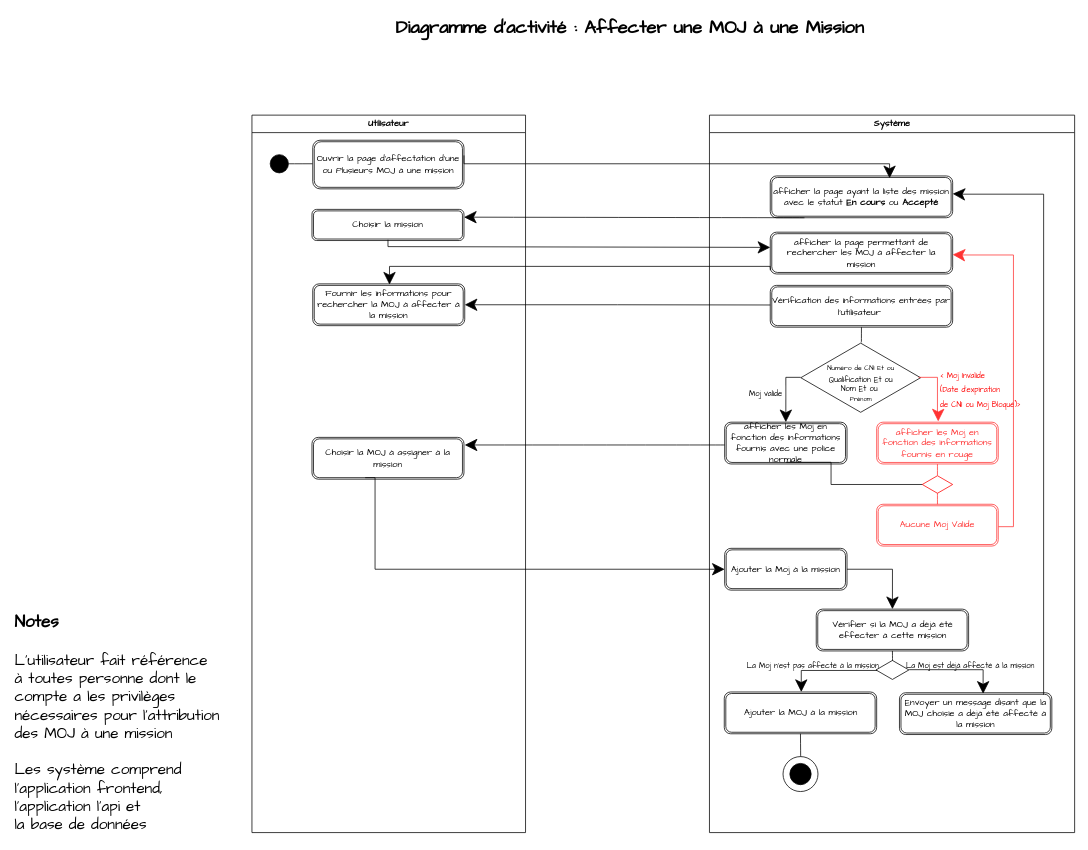
ThuranJunior-AGL/AnalyseGEMOj keeps this draw.io diagram as ActivityDiagramAssignsMojMission.drawio. Above is the earlier version. Source tidied: cells renumbered, new cells numbered last; positions are measured from the earlier drawing's top-left corner, leaving out a move shared by most shapes. Both pictures are drawn from the tidied source at 76%, with x=0, y=0 at pixel (13, 13).
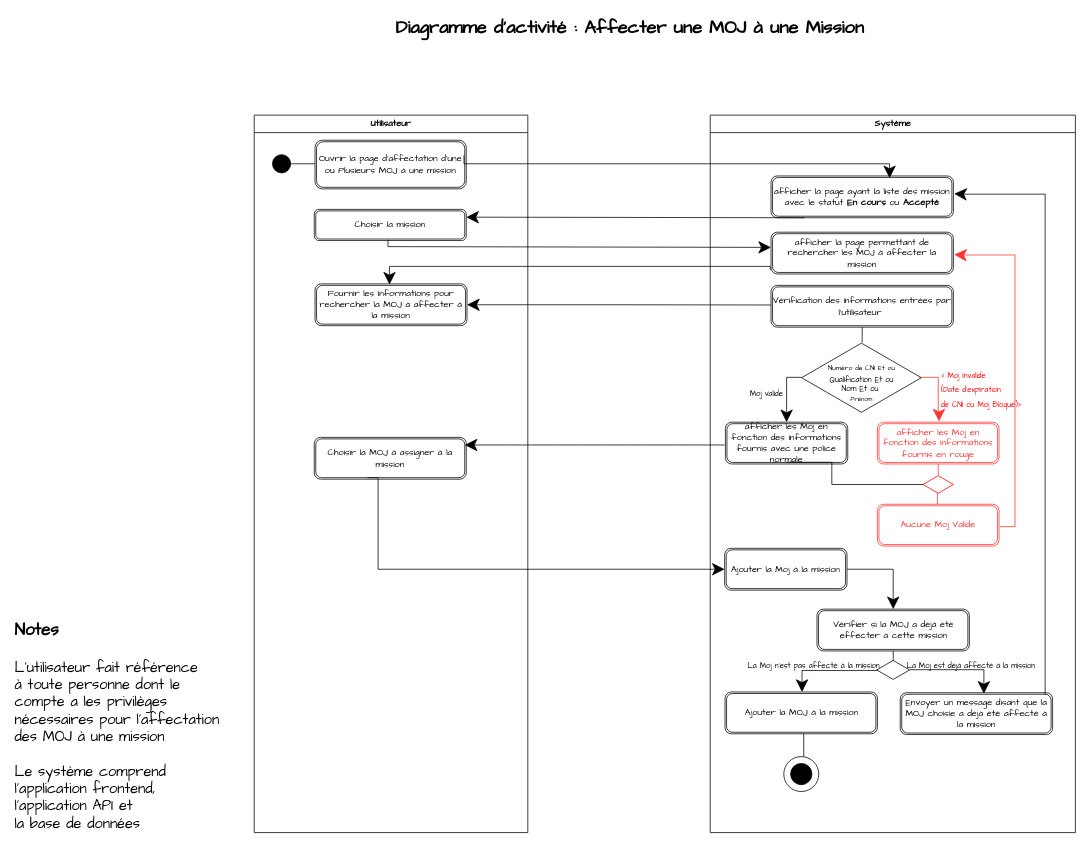
The same diagram, later.

Commit message (it also covers changes not shown here):
Mettre à jour ActivityDiagramAssignsMojMission.drawio

Unchanged cells that the change refers to:
```xml
<mxCell id="8" value="Choisir la MOJ à assigner à la mission" style="shape=ext;double=1;rounded=1;whiteSpace=wrap;html=1;fontFamily=Architects Daughter;" parent="2" vertex="1">
  <mxGeometry x="79" y="424" width="200" height="55" as="geometry" />
</mxCell>
<mxCell id="27" value="Ajouter la MOJ à la mission" style="shape=ext;double=1;rounded=1;whiteSpace=wrap;html=1;fontFamily=Architects Daughter;" parent="9" vertex="1">
  <mxGeometry x="19.5" y="759" width="200.5" height="55" as="geometry" />
</mxCell>
<mxCell id="30" value="Envoyer un message disant que la MOJ choisie a déjà été affecté à la mission" style="shape=ext;double=1;rounded=1;whiteSpace=wrap;html=1;fontFamily=Architects Daughter;" parent="9" vertex="1">
  <mxGeometry x="250" y="760" width="200.5" height="55" as="geometry" />
</mxCell>
<mxCell id="35" style="ellipse;whiteSpace=wrap;html=1;fontFamily=Architects Daughter;fillColor=none;" parent="9" vertex="1">
  <mxGeometry x="96.8" y="844" width="46" height="46" as="geometry" />
</mxCell>
<mxCell id="45" value="Ajouter la Moj à la mission" style="shape=ext;double=1;rounded=1;whiteSpace=wrap;html=1;fontFamily=Architects Daughter;" parent="1" vertex="1">
  <mxGeometry x="936" y="704" width="161" height="55" as="geometry" />
</mxCell>
```

What changed in the source:
```diff
@@
     <mxCell id="2" value="Utilisateur" style="swimlane;whiteSpace=wrap;html=1;fontFamily=Architects Daughter;" parent="1" vertex="1">
-      <mxGeometry x="314" y="134" width="360" height="944" as="geometry" />
+      <mxGeometry x="317" y="134" width="360" height="944" as="geometry" />
     </mxCell>
@@
     <mxCell id="9" value="Système" style="swimlane;whiteSpace=wrap;html=1;fontFamily=Architects Daughter;" parent="1" vertex="1">
-      <mxGeometry x="916" y="134" width="480.5" height="944" as="geometry" />
+      <mxGeometry x="917" y="134" width="480.5" height="944" as="geometry" />
     </mxCell>
@@
     <mxCell id="21" style="endArrow=classic;html=1;rounded=0;fontFamily=Architects Daughter;fontSize=16;startSize=14;endSize=14;sourcePerimeterSpacing=8;targetPerimeterSpacing=8;exitX=1;exitY=0.5;exitDx=0;exitDy=0;entryX=1;entryY=0.5;entryDx=0;entryDy=0;edgeStyle=orthogonalEdgeStyle;strokeColor=#FF3333;" parent="9" edge="1">
       <mxGeometry relative="1" as="geometry">
-        <mxPoint x="380" y="541.5" as="sourcePoint" />
-        <mxPoint x="320" y="183.5" as="targetPoint" />
+        <mxPoint x="381" y="541.5" as="sourcePoint" />
+        <mxPoint x="321" y="183.5" as="targetPoint" />
         <Array as="points">
-          <mxPoint x="400" y="542" />
-          <mxPoint x="400" y="184" />
-          <mxPoint x="330" y="184" />
+          <mxPoint x="401" y="542" />
+          <mxPoint x="401" y="184" />
+          <mxPoint x="331" y="184" />
         </Array>
       </mxGeometry>
     </mxCell>
@@
-    <mxCell id="34" style="endArrow=classic;html=1;rounded=0;fontFamily=Architects Daughter;fontSize=16;startSize=14;endSize=14;sourcePerimeterSpacing=8;targetPerimeterSpacing=8;exitX=0.946;exitY=0.048;exitDx=0;exitDy=0;exitPerimeter=0;edgeStyle=orthogonalEdgeStyle;entryX=1;entryY=0.5;entryDx=0;entryDy=0;endFill=1;" parent="9" edge="1" source="30">
+    <mxCell id="34" style="endArrow=classic;html=1;rounded=0;fontFamily=Architects Daughter;fontSize=16;startSize=14;endSize=14;sourcePerimeterSpacing=8;targetPerimeterSpacing=8;exitX=0.946;exitY=0.048;exitDx=0;exitDy=0;exitPerimeter=0;edgeStyle=orthogonalEdgeStyle;entryX=1;entryY=0.5;entryDx=0;entryDy=0;endFill=1;" parent="9" edge="1">
       <mxGeometry relative="1" as="geometry">
-        <mxPoint x="320" y="103.5" as="targetPoint" />
+        <mxPoint x="440.7" y="762.6" as="sourcePoint" />
+        <mxPoint x="321" y="103.5" as="targetPoint" />
         <Array as="points">
-          <mxPoint x="440" y="104" />
-          <mxPoint x="330" y="104" />
+          <mxPoint x="441" y="104" />
+          <mxPoint x="331" y="104" />
         </Array>
       </mxGeometry>
     </mxCell>
@@
+    <mxCell id="47" style="endArrow=none;html=1;rounded=0;fontFamily=Architects Daughter;fontSize=16;startSize=14;endSize=14;sourcePerimeterSpacing=8;targetPerimeterSpacing=8;curved=1;exitX=0.571;exitY=0;exitDx=0;exitDy=0;exitPerimeter=0;" parent="9" edge="1" source="35">
+      <mxGeometry relative="1" as="geometry">
+        <mxPoint x="123" y="814" as="targetPoint" />
+      </mxGeometry>
+    </mxCell>
@@
     <mxCell id="46" style="endArrow=classic;html=1;rounded=0;fontFamily=Architects Daughter;fontSize=16;startSize=14;endSize=14;sourcePerimeterSpacing=8;targetPerimeterSpacing=8;exitX=0.35;exitY=0.964;exitDx=0;exitDy=0;exitPerimeter=0;entryX=0;entryY=0.5;entryDx=0;entryDy=0;edgeStyle=orthogonalEdgeStyle;" parent="1" edge="1" source="8" target="45">
       <mxGeometry relative="1" as="geometry">
         <Array as="points">
-          <mxPoint x="476" y="611" />
-          <mxPoint x="476" y="732" />
+          <mxPoint x="480" y="611" />
+          <mxPoint x="480" y="732" />
         </Array>
       </mxGeometry>
     </mxCell>
-    <mxCell id="47" style="endArrow=none;html=1;rounded=0;fontFamily=Architects Daughter;fontSize=16;startSize=14;endSize=14;sourcePerimeterSpacing=8;targetPerimeterSpacing=8;curved=1;entryX=0.5;entryY=1;entryDx=0;entryDy=0;" parent="1" edge="1" target="27">
-      <mxGeometry relative="1" as="geometry">
-        <mxPoint x="1036" y="978" as="sourcePoint" />
-      </mxGeometry>
-    </mxCell>
@@
-    <mxCell id="49" value="&lt;b&gt;&lt;font style=&quot;font-size: 22px;&quot;&gt;Notes&lt;/font&gt;&lt;/b&gt;&lt;div&gt;&lt;br&gt;&lt;/div&gt;&lt;div&gt;L'utilisateur fait référence&lt;/div&gt;&lt;div&gt;à toutes personne dont le&lt;/div&gt;&lt;div&gt;compte a les privilèges&lt;/div&gt;&lt;div&gt;nécessaires pour l'attribution&lt;/div&gt;&lt;div&gt;des MOJ à une mission&lt;/div&gt;&lt;div&gt;&lt;br&gt;&lt;/div&gt;&lt;div&gt;Les système comprend&lt;/div&gt;&lt;div&gt;l'application frontend,&lt;/div&gt;&lt;div&gt;l'application l'api et&amp;nbsp;&lt;/div&gt;&lt;div&gt;la base de données&lt;/div&gt;" style="text;html=1;align=left;verticalAlign=middle;strokeColor=none;fillColor=none;fontSize=20;fontFamily=Architects Daughter;" parent="1" vertex="1">
-      <mxGeometry y="784" width="290" height="300" as="geometry" />
+    <mxCell id="49" value="&lt;b&gt;&lt;font style=&quot;font-size: 22px;&quot;&gt;Notes&lt;/font&gt;&lt;/b&gt;&lt;div&gt;&lt;br&gt;&lt;/div&gt;&lt;div style=&quot;font-size: 19px;&quot;&gt;&lt;font style=&quot;font-size: 19px;&quot;&gt;L'utilisateur fait référence&lt;/font&gt;&lt;/div&gt;&lt;div style=&quot;font-size: 19px;&quot;&gt;&lt;font style=&quot;font-size: 19px;&quot;&gt;à toute personne dont le&lt;/font&gt;&lt;/div&gt;&lt;div style=&quot;font-size: 19px;&quot;&gt;&lt;font style=&quot;font-size: 19px;&quot;&gt;compte a les privilèges&lt;/font&gt;&lt;/div&gt;&lt;div style=&quot;font-size: 19px;&quot;&gt;&lt;font style=&quot;font-size: 19px;&quot;&gt;nécessaires pour l'affectation&lt;/font&gt;&lt;/div&gt;&lt;div style=&quot;font-size: 19px;&quot;&gt;&lt;font style=&quot;font-size: 19px;&quot;&gt;des MOJ à une mission&lt;/font&gt;&lt;/div&gt;&lt;div style=&quot;font-size: 19px;&quot;&gt;&lt;font style=&quot;font-size: 19px;&quot;&gt;&lt;br&gt;&lt;/font&gt;&lt;/div&gt;&lt;div style=&quot;font-size: 19px;&quot;&gt;&lt;font style=&quot;font-size: 19px;&quot;&gt;Le système comprend&lt;/font&gt;&lt;/div&gt;&lt;div style=&quot;font-size: 19px;&quot;&gt;&lt;font style=&quot;font-size: 19px;&quot;&gt;l'application frontend,&lt;/font&gt;&lt;/div&gt;&lt;div style=&quot;font-size: 19px;&quot;&gt;&lt;font style=&quot;font-size: 19px;&quot;&gt;l'application API et&amp;nbsp;&lt;/font&gt;&lt;/div&gt;&lt;div style=&quot;font-size: 19px;&quot;&gt;&lt;font style=&quot;font-size: 19px;&quot;&gt;la base de données&lt;/font&gt;&lt;/div&gt;" style="text;html=1;align=left;verticalAlign=middle;strokeColor=none;fillColor=none;fontSize=20;fontFamily=Architects Daughter;" parent="1" vertex="1">
+      <mxGeometry y="794" width="290" height="290" as="geometry" />
     </mxCell>
```
